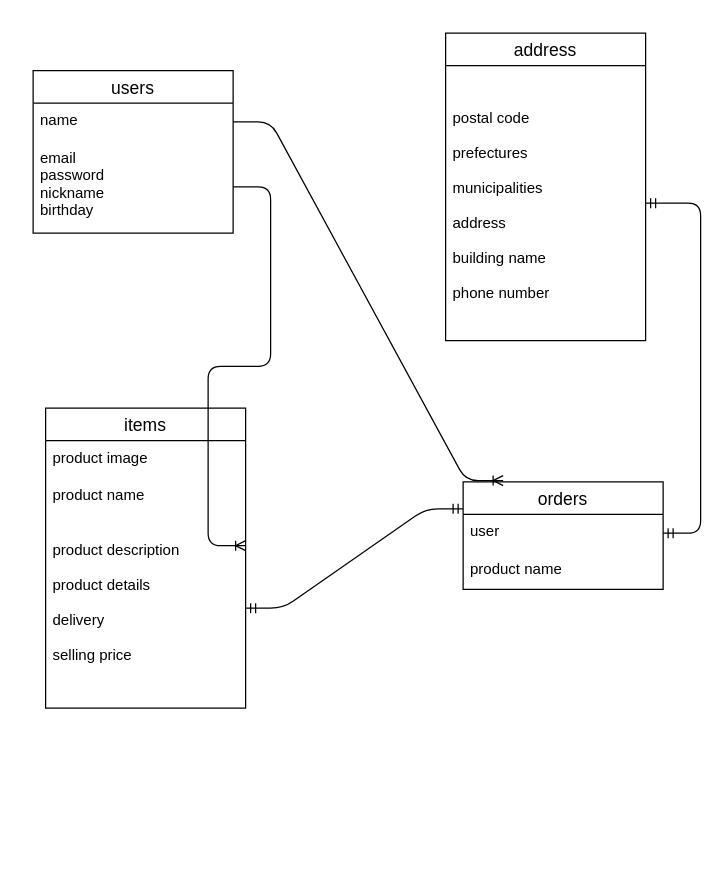
zaki09901/furima-35790 keeps this draw.io diagram as app/views/test.dio. Above is the earlier version. Source tidied: cells renumbered, new cells numbered last; positions are measured from the earlier drawing's top-left corner, leaving out a move shared by most shapes. Both pictures are drawn from the tidied source at 125%, with x=0, y=0 at pixel (32, 32).
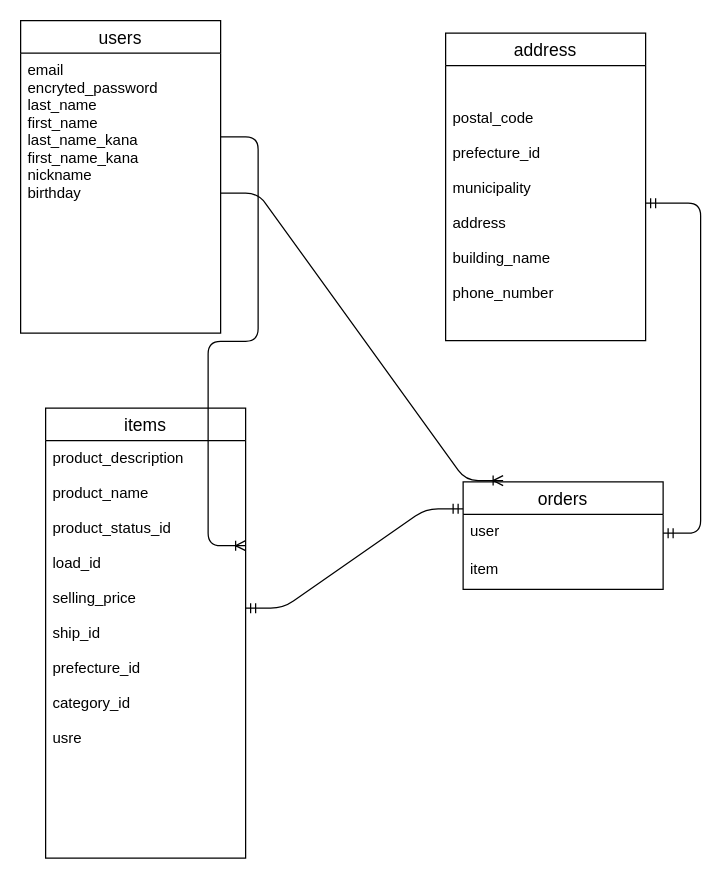
The same page after the edit.

Change to the diagram source:
```diff
@@
 <mxGraphModel>
   <root>
     <mxCell id="0" />
     <mxCell id="1" parent="0" />
     <mxCell id="2" value="users" style="swimlane;fontStyle=0;horizontal=1;startSize=26;align=center;fontSize=14;" parent="1" vertex="1">
-      <mxGeometry y="30" width="160" height="130" as="geometry" />
+      <mxGeometry x="-10" y="-10" width="160" height="250" as="geometry" />
     </mxCell>
-    <mxCell id="3" value="name" style="text;strokeColor=none;fillColor=none;spacingLeft=4;spacingRight=4;overflow=hidden;points=[[0,0.5],[1,0.5]];portConstraint=eastwest;fontSize=12;" parent="2" vertex="1">
-      <mxGeometry y="26" width="160" height="30" as="geometry" />
+    <mxCell id="3" value="email&#10;encryted_password&#10;last_name&#10;first_name&#10;last_name_kana&#10;first_name_kana&#10;nickname&#10;birthday" style="text;strokeColor=none;fillColor=none;spacingLeft=4;spacingRight=4;overflow=hidden;points=[[0,0.5],[1,0.5]];portConstraint=eastwest;fontSize=12;" parent="2" vertex="1">
+      <mxGeometry y="26" width="160" height="224" as="geometry" />
     </mxCell>
-    <mxCell id="4" value="email&#10;password&#10;nickname&#10;birthday" style="text;strokeColor=none;fillColor=none;spacingLeft=4;spacingRight=4;overflow=hidden;points=[[0,0.5],[1,0.5]];portConstraint=eastwest;fontSize=12;" parent="2" vertex="1">
-      <mxGeometry y="56" width="160" height="74" as="geometry" />
-    </mxCell>
     <mxCell id="5" value="address" style="swimlane;fontStyle=0;horizontal=1;startSize=26;align=center;fontSize=14;" parent="1" vertex="1">
       <mxGeometry x="330" width="160" height="246" as="geometry" />
     </mxCell>
-    <mxCell id="6" value="&#10;&#10;postal code&#10;&#10;prefectures&#10;&#10;municipalities&#10;&#10;address&#10;&#10;building name&#10;&#10;phone number&#10;" style="text;strokeColor=none;fillColor=none;spacingLeft=4;spacingRight=4;overflow=hidden;points=[[0,0.5],[1,0.5]];portConstraint=eastwest;fontSize=12;" parent="5" vertex="1">
+    <mxCell id="6" value="&#10;&#10;postal_code&#10;&#10;prefecture_id&#10;&#10;municipality&#10;&#10;address&#10;&#10;building_name&#10;&#10;phone_number&#10;" style="text;strokeColor=none;fillColor=none;spacingLeft=4;spacingRight=4;overflow=hidden;points=[[0,0.5],[1,0.5]];portConstraint=eastwest;fontSize=12;" parent="5" vertex="1">
       <mxGeometry y="26" width="160" height="220" as="geometry" />
     </mxCell>
     <mxCell id="7" value="items" style="swimlane;fontStyle=0;horizontal=1;startSize=26;align=center;fontSize=14;" parent="1" vertex="1">
-      <mxGeometry x="10" y="300" width="160" height="240" as="geometry" />
+      <mxGeometry x="10" y="300" width="160" height="360" as="geometry" />
     </mxCell>
-    <mxCell id="8" value="product image" style="text;strokeColor=none;fillColor=none;spacingLeft=4;spacingRight=4;overflow=hidden;fontSize=12;" parent="7" vertex="1">
-      <mxGeometry y="26" width="160" height="30" as="geometry" />
-    </mxCell>
-    <mxCell id="9" value="product name" style="text;strokeColor=none;fillColor=none;spacingLeft=4;spacingRight=4;overflow=hidden;fontSize=12;" parent="7" vertex="1">
-      <mxGeometry y="56" width="160" height="184" as="geometry" />
-    </mxCell>
-    <mxCell id="10" value="product description&#10;&#10;product details&#10;&#10;delivery&#10;&#10;selling price&#10;&#10;" style="text;strokeColor=none;fillColor=none;spacingLeft=4;spacingRight=4;overflow=hidden;fontSize=12;" parent="1" vertex="1">
-      <mxGeometry x="10" y="400" width="160" height="124" as="geometry" />
+    <mxCell id="10" value="product_description&#10;&#10;product_name&#10;&#10;product_status_id&#10;&#10;load_id&#10;&#10;selling_price&#10;&#10;ship_id&#10;&#10;prefecture_id&#10;&#10;category_id&#10;&#10;usre&#10;" style="text;strokeColor=none;fillColor=none;spacingLeft=4;spacingRight=4;overflow=hidden;fontSize=12;" parent="7" vertex="1">
+      <mxGeometry y="26" width="160" height="334" as="geometry" />
     </mxCell>
     <mxCell id="11" style="edgeStyle=entityRelationEdgeStyle;fontSize=12;html=1;endArrow=ERmandOne;startArrow=ERmandOne;entryX=1;entryY=0.5;entryDx=0;entryDy=0;" parent="1" edge="1" source="13" target="6">
       <mxGeometry relative="1" as="geometry" />
     </mxCell>
     <mxCell id="12" value="orders" style="swimlane;fontStyle=0;horizontal=1;startSize=26;align=center;fontSize=14;" parent="1" vertex="1">
       <mxGeometry x="344" y="359" width="160" height="86" as="geometry" />
     </mxCell>
     <mxCell id="13" value="user" style="text;strokeColor=none;fillColor=none;spacingLeft=4;spacingRight=4;overflow=hidden;points=[[0,0.5],[1,0.5]];portConstraint=eastwest;fontSize=12;" parent="12" vertex="1">
       <mxGeometry y="26" width="160" height="30" as="geometry" />
     </mxCell>
-    <mxCell id="14" value="product name" style="text;strokeColor=none;fillColor=none;spacingLeft=4;spacingRight=4;overflow=hidden;fontSize=12;" parent="12" vertex="1">
+    <mxCell id="14" value="item" style="text;strokeColor=none;fillColor=none;spacingLeft=4;spacingRight=4;overflow=hidden;fontSize=12;" parent="12" vertex="1">
       <mxGeometry y="56" width="160" height="30" as="geometry" />
     </mxCell>
     <mxCell id="15" style="edgeStyle=entityRelationEdgeStyle;fontSize=12;html=1;endArrow=ERmandOne;startArrow=ERmandOne;entryX=0;entryY=0.25;entryDx=0;entryDy=0;" parent="1" edge="1" target="12">
       <mxGeometry relative="1" as="geometry">
         <mxPoint x="170" y="460" as="sourcePoint" />
       </mxGeometry>
     </mxCell>
     <mxCell id="16" style="edgeStyle=entityRelationEdgeStyle;fontSize=12;html=1;endArrow=ERoneToMany;entryX=0.2;entryY=-0.012;entryDx=0;entryDy=0;entryPerimeter=0;" parent="1" edge="1" source="3" target="12">
       <mxGeometry relative="1" as="geometry" />
     </mxCell>
-    <mxCell id="17" style="edgeStyle=entityRelationEdgeStyle;fontSize=12;html=1;endArrow=ERoneToMany;" parent="1" edge="1" source="4">
+    <mxCell id="17" style="edgeStyle=entityRelationEdgeStyle;fontSize=12;html=1;endArrow=ERoneToMany;" parent="1" edge="1">
       <mxGeometry relative="1" as="geometry">
+        <mxPoint x="150" y="83" as="sourcePoint" />
         <mxPoint x="170" y="410" as="targetPoint" />
       </mxGeometry>
     </mxCell>
   </root>
 </mxGraphModel>
```
